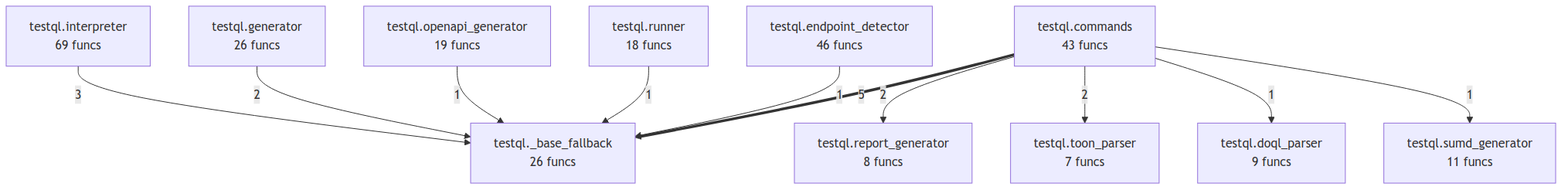
Before: project/compact_flow.png, a diagram exported from Mermaid (oqlos/testql). Its source is kept beside it as project/compact_flow.mmd.
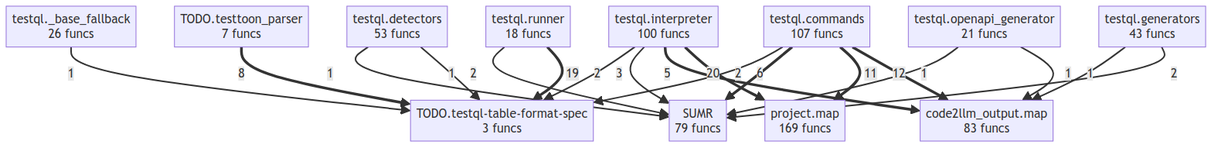
Above is the later version.

The edit, as a diff of the source:
```diff
@@ -1,22 +1,31 @@
 flowchart TD
+    SUMR["SUMR<br/>79 funcs"]
+    TODO__testql_table_format_spec["TODO.testql-table-format-spec<br/>3 funcs"]
+    TODO__testtoon_parser["TODO.testtoon_parser<br/>7 funcs"]
+    code2llm_output__map["code2llm_output.map<br/>83 funcs"]
+    project__map["project.map<br/>169 funcs"]
     testql___base_fallback["testql._base_fallback<br/>26 funcs"]
-    testql__commands["testql.commands<br/>43 funcs"]
-    testql__doql_parser["testql.doql_parser<br/>9 funcs"]
-    testql__endpoint_detector["testql.endpoint_detector<br/>46 funcs"]
-    testql__generator["testql.generator<br/>26 funcs"]
-    testql__interpreter["testql.interpreter<br/>69 funcs"]
-    testql__openapi_generator["testql.openapi_generator<br/>19 funcs"]
-    testql__report_generator["testql.report_generator<br/>8 funcs"]
+    testql__commands["testql.commands<br/>107 funcs"]
+    testql__detectors["testql.detectors<br/>53 funcs"]
+    testql__generators["testql.generators<br/>43 funcs"]
+    testql__interpreter["testql.interpreter<br/>100 funcs"]
+    testql__openapi_generator["testql.openapi_generator<br/>21 funcs"]
     testql__runner["testql.runner<br/>18 funcs"]
-    testql__sumd_generator["testql.sumd_generator<br/>11 funcs"]
-    testql__toon_parser["testql.toon_parser<br/>7 funcs"]
-    testql__commands ==>|5| testql___base_fallback
-    testql__interpreter -->|3| testql___base_fallback
-    testql__generator -->|2| testql___base_fallback
-    testql__commands -->|2| testql__report_generator
-    testql__commands -->|2| testql__toon_parser
-    testql__openapi_generator -->|1| testql___base_fallback
-    testql__runner -->|1| testql___base_fallback
-    testql__endpoint_detector -->|1| testql___base_fallback
-    testql__commands -->|1| testql__doql_parser
-    testql__commands -->|1| testql__sumd_generator
+    testql__interpreter ==>|20| project__map
+    testql__runner ==>|19| TODO__testql_table_format_spec
+    testql__commands ==>|12| code2llm_output__map
+    testql__commands ==>|11| project__map
+    TODO__testtoon_parser ==>|8| TODO__testql_table_format_spec
+    testql__commands ==>|6| SUMR
+    testql__interpreter ==>|5| code2llm_output__map
+    testql__interpreter -->|3| SUMR
+    testql__commands -->|2| TODO__testql_table_format_spec
+    testql__interpreter -->|2| TODO__testql_table_format_spec
+    testql__generators -->|2| SUMR
+    testql__runner -->|2| SUMR
+    testql__openapi_generator -->|1| code2llm_output__map
+    testql__openapi_generator -->|1| SUMR
+    testql__generators -->|1| code2llm_output__map
+    testql__detectors -->|1| TODO__testql_table_format_spec
+    testql__detectors -->|1| SUMR
+    testql___base_fallback -->|1| TODO__testql_table_format_spec
```
